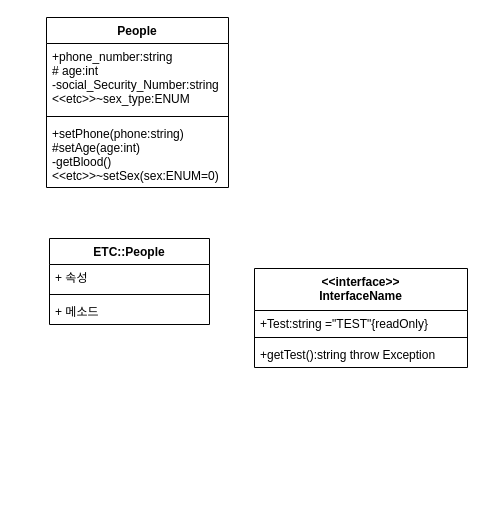
Before: UML example Diagram.drawio in JeongJunSoo94/ConsoleAlgorithm, a draw.io diagram. Source tidied: cells renumbered, new cells numbered last; positions are measured from the earlier drawing's top-left corner, leaving out a move shared by most shapes. Both pictures are drawn from the tidied source at 100%, with x=0, y=0 at pixel (46, 17).
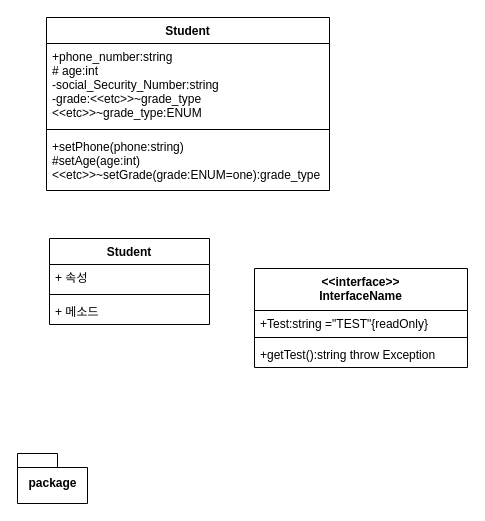
Above is the later version.

What changed in the source:
```diff
@@
 <mxGraphModel>
   <root>
     <mxCell id="0" />
     <mxCell id="1" parent="0" />
-    <mxCell id="2" value="People" style="swimlane;fontStyle=1;align=center;verticalAlign=top;horizontal=1;startSize=26;" parent="1" vertex="1">
-      <mxGeometry width="182" height="170" as="geometry" />
+    <mxCell id="2" value="Student" style="swimlane;fontStyle=1;align=center;verticalAlign=top;horizontal=1;startSize=26;" parent="1" vertex="1">
+      <mxGeometry width="283" height="173" as="geometry" />
     </mxCell>
-    <mxCell id="3" value="+phone_number:string&#10;# age:int&#10;-social_Security_Number:string&#10;&lt;&lt;etc&gt;&gt;~sex_type:ENUM" style="text;strokeColor=none;fillColor=none;align=left;verticalAlign=top;spacingLeft=4;spacingRight=4;overflow=hidden;" parent="2" vertex="1">
-      <mxGeometry y="26" width="182" height="69" as="geometry" />
+    <mxCell id="3" value="+phone_number:string&#10;# age:int&#10;-social_Security_Number:string&#10;-grade:&lt;&lt;etc&gt;&gt;~grade_type&#10;&lt;&lt;etc&gt;&gt;~grade_type:ENUM" style="text;strokeColor=none;fillColor=none;align=left;verticalAlign=top;spacingLeft=4;spacingRight=4;overflow=hidden;" parent="2" vertex="1">
+      <mxGeometry y="26" width="283" height="82" as="geometry" />
     </mxCell>
     <mxCell id="4" style="line;strokeWidth=1;fillColor=none;align=left;verticalAlign=middle;spacingTop=-1;spacingLeft=3;spacingRight=3;labelPosition=right;" parent="2" vertex="1">
-      <mxGeometry y="95" width="182" height="8" as="geometry" />
+      <mxGeometry y="108" width="283" height="8" as="geometry" />
     </mxCell>
-    <mxCell id="5" value="+setPhone(phone:string)&#10;#setAge(age:int)&#10;-getBlood()&#10;&lt;&lt;etc&gt;&gt;~setSex(sex:ENUM=0)" style="text;strokeColor=none;fillColor=none;align=left;verticalAlign=top;spacingLeft=4;spacingRight=4;overflow=hidden;" parent="2" vertex="1">
-      <mxGeometry y="103" width="182" height="67" as="geometry" />
+    <mxCell id="5" value="+setPhone(phone:string)&#10;#setAge(age:int)&#10;&lt;&lt;etc&gt;&gt;~setGrade(grade:ENUM=one):grade_type" style="text;strokeColor=none;fillColor=none;align=left;verticalAlign=top;spacingLeft=4;spacingRight=4;overflow=hidden;" parent="2" vertex="1">
+      <mxGeometry y="116" width="283" height="57" as="geometry" />
     </mxCell>
-    <mxCell id="6" value="ETC::People" style="swimlane;fontStyle=1;align=center;verticalAlign=top;horizontal=1;startSize=26;" parent="1" vertex="1">
+    <mxCell id="6" value="Student" style="swimlane;fontStyle=1;align=center;verticalAlign=top;horizontal=1;startSize=26;" parent="1" vertex="1">
       <mxGeometry x="3" y="221" width="160" height="86" as="geometry" />
     </mxCell>
     <mxCell id="7" value="+ 속성" style="text;strokeColor=none;fillColor=none;align=left;verticalAlign=top;spacingLeft=4;spacingRight=4;overflow=hidden;" parent="6" vertex="1">
       <mxGeometry y="26" width="160" height="26" as="geometry" />
     </mxCell>
     <mxCell id="8" style="line;strokeWidth=1;fillColor=none;align=left;verticalAlign=middle;spacingTop=-1;spacingLeft=3;spacingRight=3;labelPosition=right;" parent="6" vertex="1">
       <mxGeometry y="52" width="160" height="8" as="geometry" />
     </mxCell>
     <mxCell id="9" value="+ 메소드" style="text;strokeColor=none;fillColor=none;align=left;verticalAlign=top;spacingLeft=4;spacingRight=4;overflow=hidden;" parent="6" vertex="1">
       <mxGeometry y="60" width="160" height="26" as="geometry" />
     </mxCell>
     <mxCell id="10" value="&lt;&lt;interface&gt;&gt;&#10;InterfaceName" style="swimlane;fontStyle=1;align=center;verticalAlign=top;horizontal=1;startSize=42;" parent="1" vertex="1">
       <mxGeometry x="208" y="251" width="213" height="99" as="geometry" />
     </mxCell>
     <mxCell id="11" value="+Test:string =&quot;TEST&quot;{readOnly}" style="text;strokeColor=none;fillColor=none;align=left;verticalAlign=top;spacingLeft=4;spacingRight=4;overflow=hidden;" parent="10" vertex="1">
       <mxGeometry y="42" width="213" height="23" as="geometry" />
     </mxCell>
     <mxCell id="12" style="line;strokeWidth=1;fillColor=none;align=left;verticalAlign=middle;spacingTop=-1;spacingLeft=3;spacingRight=3;labelPosition=right;" parent="10" vertex="1">
       <mxGeometry y="65" width="213" height="8" as="geometry" />
     </mxCell>
     <mxCell id="13" value="+getTest():string throw Exception" style="text;strokeColor=none;fillColor=none;align=left;verticalAlign=top;spacingLeft=4;spacingRight=4;overflow=hidden;" parent="10" vertex="1">
       <mxGeometry y="73" width="213" height="26" as="geometry" />
     </mxCell>
+    <mxCell id="14" value="package" style="shape=folder;fontStyle=1;spacingTop=10;tabWidth=40;tabHeight=14;tabPosition=left;html=1;" parent="1" vertex="1">
+      <mxGeometry x="-29" y="436" width="70" height="50" as="geometry" />
+    </mxCell>
   </root>
 </mxGraphModel>
```
